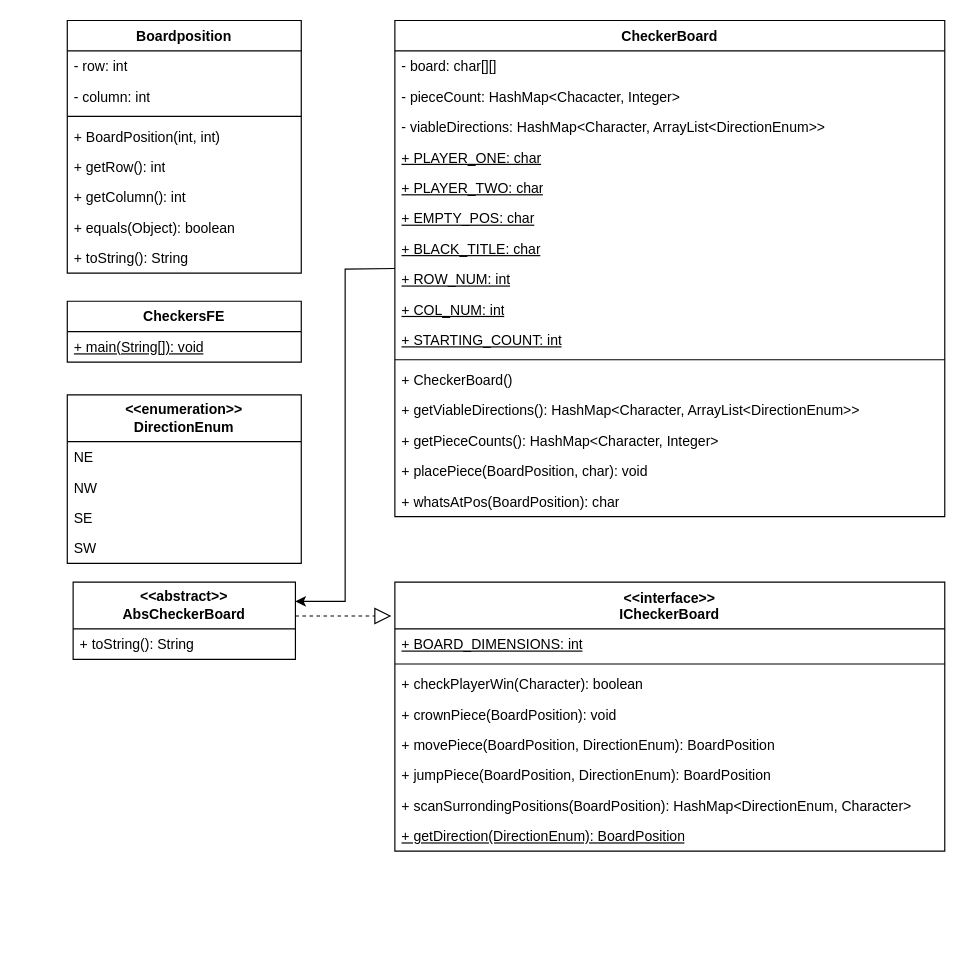
ksurisetty11/checkers-project keeps this draw.io diagram as UMLs.drawio. Above is the earlier version. Source tidied: cells renumbered, new cells numbered last; positions are measured from the earlier drawing's top-left corner, leaving out a move shared by most shapes. Both pictures are drawn from the tidied source at 117%, with x=0, y=0 at pixel (67, 20).
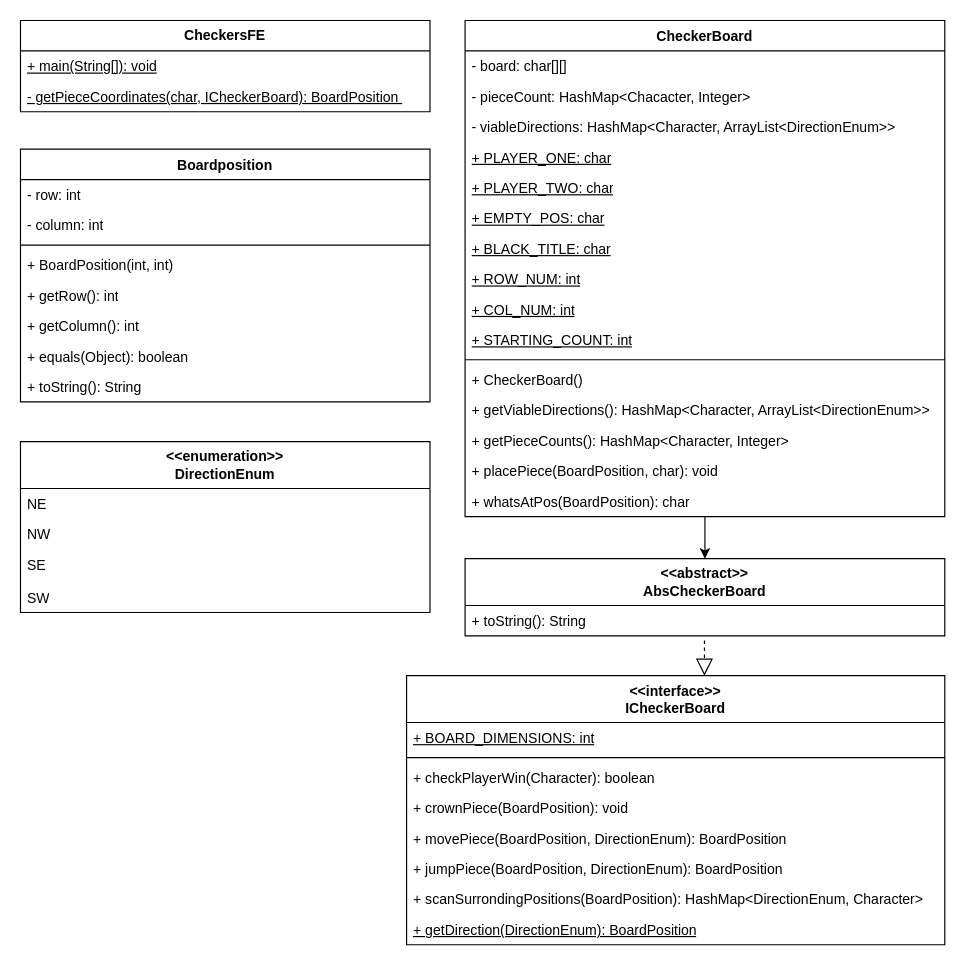
The same page after the edit.

Commit message:
added helper function to CheckersFE uml

Diff of the diagram source:
```diff
@@
     <mxCell id="2" value="Boardposition" style="swimlane;fontStyle=1;align=center;verticalAlign=top;horizontal=1;startSize=26;whiteSpace=wrap;html=1;" parent="1" vertex="1">
-      <mxGeometry width="200" height="216" as="geometry" />
+      <mxGeometry x="-40" y="110" width="350" height="216" as="geometry" />
     </mxCell>
     <mxCell id="3" value="- row: int" style="text;strokeColor=none;fillColor=none;align=left;verticalAlign=top;spacingLeft=4;spacingRight=4;overflow=hidden;whiteSpace=wrap;html=1;" parent="2" vertex="1">
-      <mxGeometry y="26" width="200" height="26" as="geometry" />
+      <mxGeometry y="26" width="350" height="26" as="geometry" />
     </mxCell>
     <mxCell id="4" value="- column: int" style="text;strokeColor=none;fillColor=none;align=left;verticalAlign=top;spacingLeft=4;spacingRight=4;overflow=hidden;whiteSpace=wrap;html=1;" parent="2" vertex="1">
-      <mxGeometry y="52" width="200" height="26" as="geometry" />
+      <mxGeometry y="52" width="350" height="26" as="geometry" />
     </mxCell>
     <mxCell id="5" style="line;strokeWidth=1;fillColor=none;align=left;verticalAlign=middle;spacingTop=-1;spacingLeft=3;spacingRight=3;labelPosition=right;strokeColor=inherit;" parent="2" vertex="1">
-      <mxGeometry y="78" width="200" height="8" as="geometry" />
+      <mxGeometry y="78" width="350" height="8" as="geometry" />
     </mxCell>
     <mxCell id="6" value="+ BoardPosition(int, int)" style="text;strokeColor=none;fillColor=none;align=left;verticalAlign=top;spacingLeft=4;spacingRight=4;overflow=hidden;whiteSpace=wrap;html=1;" parent="2" vertex="1">
-      <mxGeometry y="86" width="200" height="26" as="geometry" />
+      <mxGeometry y="86" width="350" height="26" as="geometry" />
     </mxCell>
     <mxCell id="7" value="+ getRow(): int" style="text;strokeColor=none;fillColor=none;align=left;verticalAlign=top;spacingLeft=4;spacingRight=4;overflow=hidden;whiteSpace=wrap;html=1;" parent="2" vertex="1">
-      <mxGeometry y="112" width="200" height="26" as="geometry" />
+      <mxGeometry y="112" width="350" height="26" as="geometry" />
     </mxCell>
     <mxCell id="8" value="+ getColumn(): int" style="text;strokeColor=none;fillColor=none;align=left;verticalAlign=top;spacingLeft=4;spacingRight=4;overflow=hidden;whiteSpace=wrap;html=1;" parent="2" vertex="1">
-      <mxGeometry y="138" width="200" height="26" as="geometry" />
+      <mxGeometry y="138" width="350" height="26" as="geometry" />
     </mxCell>
     <mxCell id="9" value="+ equals(Object): boolean" style="text;strokeColor=none;fillColor=none;align=left;verticalAlign=top;spacingLeft=4;spacingRight=4;overflow=hidden;whiteSpace=wrap;html=1;" parent="2" vertex="1">
-      <mxGeometry y="164" width="200" height="26" as="geometry" />
+      <mxGeometry y="164" width="350" height="26" as="geometry" />
     </mxCell>
     <mxCell id="10" value="+ toString(): String" style="text;strokeColor=none;fillColor=none;align=left;verticalAlign=top;spacingLeft=4;spacingRight=4;overflow=hidden;whiteSpace=wrap;html=1;" parent="2" vertex="1">
-      <mxGeometry y="190" width="200" height="26" as="geometry" />
+      <mxGeometry y="190" width="350" height="26" as="geometry" />
     </mxCell>
-    <mxCell id="11" style="edgeStyle=orthogonalEdgeStyle;rounded=0;jettySize=auto;html=1;entryX=1;entryY=0.25;entryDx=0;entryDy=0;" parent="1" edge="1" target="19">
-      <mxGeometry relative="1" as="geometry">
-        <mxPoint x="280" y="212" as="sourcePoint" />
-      </mxGeometry>
-    </mxCell>
     <mxCell id="12" value="&lt;b&gt;CheckersFE&lt;/b&gt;" style="swimlane;fontStyle=0;horizontal=1;startSize=26;fillColor=none;whiteSpace=wrap;html=1;" parent="1" vertex="1">
-      <mxGeometry y="240" width="200" height="52" as="geometry" />
+      <mxGeometry x="-40" width="350" height="78" as="geometry" />
     </mxCell>
     <mxCell id="13" value="&lt;u&gt;+ main(String[]): void&lt;/u&gt;" style="text;strokeColor=none;fillColor=none;align=left;verticalAlign=top;spacingLeft=4;spacingRight=4;overflow=hidden;whiteSpace=wrap;html=1;" parent="12" vertex="1">
-      <mxGeometry y="26" width="200" height="26" as="geometry" />
+      <mxGeometry y="26" width="350" height="26" as="geometry" />
     </mxCell>
+    <mxCell id="48" value="- getPieceCoordinates(char, ICheckerBoard): BoardPosition&amp;nbsp;" style="text;strokeColor=none;fillColor=none;align=left;verticalAlign=top;spacingLeft=4;spacingRight=4;overflow=hidden;whiteSpace=wrap;html=1;fontStyle=4;" parent="12" vertex="1">
+      <mxGeometry y="52" width="350" height="26" as="geometry" />
+    </mxCell>
     <mxCell id="14" value="&lt;b&gt;&amp;lt;&amp;lt;enumeration&amp;gt;&amp;gt;&lt;/b&gt;&lt;div&gt;&lt;b&gt;DirectionEnum&lt;/b&gt;&lt;/div&gt;" style="swimlane;fontStyle=0;horizontal=1;startSize=40;fillColor=none;whiteSpace=wrap;html=1;" parent="1" vertex="1">
-      <mxGeometry y="320" width="200" height="144" as="geometry" />
+      <mxGeometry x="-40" y="360" width="350" height="146" as="geometry" />
     </mxCell>
     <mxCell id="15" value="NE" style="text;strokeColor=none;fillColor=none;align=left;verticalAlign=top;spacingLeft=4;spacingRight=4;overflow=hidden;whiteSpace=wrap;html=1;" parent="14" vertex="1">
-      <mxGeometry y="40" width="200" height="26" as="geometry" />
+      <mxGeometry y="40" width="350" height="26" as="geometry" />
     </mxCell>
     <mxCell id="16" value="NW" style="text;strokeColor=none;fillColor=none;align=left;verticalAlign=top;spacingLeft=4;spacingRight=4;overflow=hidden;whiteSpace=wrap;html=1;" parent="14" vertex="1">
-      <mxGeometry y="66" width="200" height="26" as="geometry" />
+      <mxGeometry y="66" width="350" height="26" as="geometry" />
     </mxCell>
     <mxCell id="17" value="SE" style="text;strokeColor=none;fillColor=none;align=left;verticalAlign=top;spacingLeft=4;spacingRight=4;overflow=hidden;whiteSpace=wrap;html=1;" parent="14" vertex="1">
-      <mxGeometry y="92" width="200" height="26" as="geometry" />
+      <mxGeometry y="92" width="350" height="28" as="geometry" />
     </mxCell>
     <mxCell id="18" value="SW" style="text;strokeColor=none;fillColor=none;align=left;verticalAlign=top;spacingLeft=4;spacingRight=4;overflow=hidden;whiteSpace=wrap;html=1;" parent="14" vertex="1">
-      <mxGeometry y="118" width="200" height="26" as="geometry" />
+      <mxGeometry y="120" width="350" height="26" as="geometry" />
     </mxCell>
     <mxCell id="19" value="&lt;div&gt;&lt;b&gt;&amp;lt;&amp;lt;abstract&amp;gt;&amp;gt;&lt;/b&gt;&lt;/div&gt;&lt;b&gt;AbsCheckerBoard&lt;/b&gt;" style="swimlane;fontStyle=0;horizontal=1;startSize=40;fillColor=none;whiteSpace=wrap;html=1;" parent="1" vertex="1">
-      <mxGeometry x="5" y="480" width="190" height="66" as="geometry" />
+      <mxGeometry x="340" y="460" width="410" height="66" as="geometry" />
     </mxCell>
     <mxCell id="20" value="+ toString(): String" style="text;strokeColor=none;fillColor=none;align=left;verticalAlign=top;spacingLeft=4;spacingRight=4;overflow=hidden;whiteSpace=wrap;html=1;" parent="19" vertex="1">
-      <mxGeometry y="40" width="190" height="26" as="geometry" />
+      <mxGeometry y="40" width="410" height="26" as="geometry" />
     </mxCell>
-    <mxCell id="21" style="endArrow=block;dashed=1;endFill=0;endSize=12;html=1;rounded=0;entryX=-0.006;entryY=0.127;entryDx=0;entryDy=0;entryPerimeter=0;" parent="1" edge="1">
-      <mxGeometry relative="1" as="geometry">
-        <mxPoint x="195" y="509" as="sourcePoint" />
-        <mxPoint x="277" y="509" as="targetPoint" />
-      </mxGeometry>
-    </mxCell>
     <mxCell id="22" value="CheckerBoard" style="swimlane;fontStyle=1;align=center;verticalAlign=top;horizontal=1;startSize=26;whiteSpace=wrap;html=1;" parent="1" vertex="1">
-      <mxGeometry x="280" width="470" height="424" as="geometry" />
+      <mxGeometry x="340" width="410" height="424" as="geometry" />
     </mxCell>
     <mxCell id="23" value="- board: char[][]" style="text;strokeColor=none;fillColor=none;align=left;verticalAlign=top;spacingLeft=4;spacingRight=4;overflow=hidden;whiteSpace=wrap;html=1;" parent="22" vertex="1">
-      <mxGeometry y="26" width="470" height="26" as="geometry" />
+      <mxGeometry y="26" width="410" height="26" as="geometry" />
     </mxCell>
     <mxCell id="24" value="- pieceCount: HashMap&amp;lt;Chacacter, Integer&amp;gt;" style="text;strokeColor=none;fillColor=none;align=left;verticalAlign=top;spacingLeft=4;spacingRight=4;overflow=hidden;whiteSpace=wrap;html=1;" parent="22" vertex="1">
-      <mxGeometry y="52" width="470" height="26" as="geometry" />
+      <mxGeometry y="52" width="410" height="26" as="geometry" />
     </mxCell>
     <mxCell id="25" value="- viableDirections: HashMap&amp;lt;Character, ArrayList&amp;lt;DirectionEnum&amp;gt;&amp;gt;" style="text;strokeColor=none;fillColor=none;align=left;verticalAlign=top;spacingLeft=4;spacingRight=4;overflow=hidden;whiteSpace=wrap;html=1;" parent="22" vertex="1">
-      <mxGeometry y="78" width="470" height="26" as="geometry" />
+      <mxGeometry y="78" width="410" height="26" as="geometry" />
     </mxCell>
     <mxCell id="26" value="&lt;u&gt;+ PLAYER_ONE: char&lt;/u&gt;" style="text;strokeColor=none;fillColor=none;align=left;verticalAlign=top;spacingLeft=4;spacingRight=4;overflow=hidden;whiteSpace=wrap;html=1;" parent="22" vertex="1">
-      <mxGeometry y="104" width="470" height="26" as="geometry" />
+      <mxGeometry y="104" width="410" height="26" as="geometry" />
     </mxCell>
     <mxCell id="27" value="+ PLAYER_TWO: char" style="text;strokeColor=none;fillColor=none;align=left;verticalAlign=top;spacingLeft=4;spacingRight=4;overflow=hidden;whiteSpace=wrap;html=1;fontStyle=4;" parent="22" vertex="1">
-      <mxGeometry y="130" width="470" height="26" as="geometry" />
+      <mxGeometry y="130" width="410" height="26" as="geometry" />
     </mxCell>
     <mxCell id="28" value="+ EMPTY_POS: char" style="text;strokeColor=none;fillColor=none;align=left;verticalAlign=top;spacingLeft=4;spacingRight=4;overflow=hidden;whiteSpace=wrap;html=1;fontStyle=4;" parent="22" vertex="1">
-      <mxGeometry y="156" width="470" height="26" as="geometry" />
+      <mxGeometry y="156" width="410" height="26" as="geometry" />
     </mxCell>
     <mxCell id="29" value="+ BLACK_TITLE: char" style="text;strokeColor=none;fillColor=none;align=left;verticalAlign=top;spacingLeft=4;spacingRight=4;overflow=hidden;whiteSpace=wrap;html=1;fontStyle=4;" parent="22" vertex="1">
-      <mxGeometry y="182" width="470" height="26" as="geometry" />
+      <mxGeometry y="182" width="410" height="26" as="geometry" />
     </mxCell>
     <mxCell id="30" value="+ ROW_NUM: int" style="text;strokeColor=none;fillColor=none;align=left;verticalAlign=top;spacingLeft=4;spacingRight=4;overflow=hidden;whiteSpace=wrap;html=1;fontStyle=4;" parent="22" vertex="1">
-      <mxGeometry y="208" width="470" height="26" as="geometry" />
+      <mxGeometry y="208" width="410" height="26" as="geometry" />
     </mxCell>
     <mxCell id="31" value="+ COL_NUM: int" style="text;strokeColor=none;fillColor=none;align=left;verticalAlign=top;spacingLeft=4;spacingRight=4;overflow=hidden;whiteSpace=wrap;html=1;fontStyle=4;" parent="22" vertex="1">
-      <mxGeometry y="234" width="470" height="26" as="geometry" />
+      <mxGeometry y="234" width="410" height="26" as="geometry" />
     </mxCell>
     <mxCell id="32" value="+ STARTING_COUNT: int" style="text;strokeColor=none;fillColor=none;align=left;verticalAlign=top;spacingLeft=4;spacingRight=4;overflow=hidden;whiteSpace=wrap;html=1;fontStyle=4;" parent="22" vertex="1">
-      <mxGeometry y="260" width="470" height="26" as="geometry" />
+      <mxGeometry y="260" width="410" height="26" as="geometry" />
     </mxCell>
     <mxCell id="33" style="line;strokeWidth=1;fillColor=none;align=left;verticalAlign=middle;spacingTop=-1;spacingLeft=3;spacingRight=3;labelPosition=right;strokeColor=inherit;" parent="22" vertex="1">
-      <mxGeometry y="286" width="470" height="8" as="geometry" />
+      <mxGeometry y="286" width="410" height="8" as="geometry" />
     </mxCell>
     <mxCell id="34" value="+ CheckerBoard()" style="text;strokeColor=none;fillColor=none;align=left;verticalAlign=top;spacingLeft=4;spacingRight=4;overflow=hidden;whiteSpace=wrap;html=1;" parent="22" vertex="1">
-      <mxGeometry y="294" width="470" height="26" as="geometry" />
+      <mxGeometry y="294" width="410" height="26" as="geometry" />
     </mxCell>
     <mxCell id="35" value="+ getViableDirections(): HashMap&amp;lt;Character, ArrayList&amp;lt;DirectionEnum&amp;gt;&amp;gt;" style="text;strokeColor=none;fillColor=none;align=left;verticalAlign=top;spacingLeft=4;spacingRight=4;overflow=hidden;whiteSpace=wrap;html=1;" parent="22" vertex="1">
-      <mxGeometry y="320" width="470" height="26" as="geometry" />
+      <mxGeometry y="320" width="410" height="26" as="geometry" />
     </mxCell>
     <mxCell id="36" value="+ getPieceCounts(): HashMap&amp;lt;Character, Integer&amp;gt;" style="text;strokeColor=none;fillColor=none;align=left;verticalAlign=top;spacingLeft=4;spacingRight=4;overflow=hidden;whiteSpace=wrap;html=1;" parent="22" vertex="1">
-      <mxGeometry y="346" width="470" height="26" as="geometry" />
+      <mxGeometry y="346" width="410" height="26" as="geometry" />
     </mxCell>
     <mxCell id="37" value="+ placePiece(BoardPosition, char): void" style="text;strokeColor=none;fillColor=none;align=left;verticalAlign=top;spacingLeft=4;spacingRight=4;overflow=hidden;whiteSpace=wrap;html=1;" parent="22" vertex="1">
-      <mxGeometry y="372" width="470" height="26" as="geometry" />
+      <mxGeometry y="372" width="410" height="26" as="geometry" />
     </mxCell>
     <mxCell id="38" value="+ whatsAtPos(BoardPosition): char" style="text;strokeColor=none;fillColor=none;align=left;verticalAlign=top;spacingLeft=4;spacingRight=4;overflow=hidden;whiteSpace=wrap;html=1;" parent="22" vertex="1">
-      <mxGeometry y="398" width="470" height="26" as="geometry" />
+      <mxGeometry y="398" width="410" height="26" as="geometry" />
     </mxCell>
     <mxCell id="39" value="&amp;lt;&amp;lt;interface&amp;gt;&amp;gt;&lt;div&gt;ICheckerBoard&lt;/div&gt;" style="swimlane;fontStyle=1;align=center;verticalAlign=top;horizontal=1;startSize=40;whiteSpace=wrap;html=1;" parent="1" vertex="1">
-      <mxGeometry x="280" y="480" width="470" height="230" as="geometry" />
+      <mxGeometry x="290" y="560" width="460" height="230" as="geometry" />
     </mxCell>
     <mxCell id="40" value="&lt;u&gt;+ BOARD_DIMENSIONS: int&lt;/u&gt;" style="text;strokeColor=none;fillColor=none;align=left;verticalAlign=top;spacingLeft=4;spacingRight=4;overflow=hidden;whiteSpace=wrap;html=1;" parent="39" vertex="1">
-      <mxGeometry y="40" width="470" height="26" as="geometry" />
+      <mxGeometry y="40" width="460" height="26" as="geometry" />
     </mxCell>
     <mxCell id="41" style="line;strokeWidth=1;fillColor=none;align=left;verticalAlign=middle;spacingTop=-1;spacingLeft=3;spacingRight=3;labelPosition=right;strokeColor=inherit;" parent="39" vertex="1">
-      <mxGeometry y="66" width="470" height="8" as="geometry" />
+      <mxGeometry y="66" width="460" height="8" as="geometry" />
     </mxCell>
     <mxCell id="42" value="+ checkPlayerWin(Character): boolean" style="text;strokeColor=none;fillColor=none;align=left;verticalAlign=top;spacingLeft=4;spacingRight=4;overflow=hidden;whiteSpace=wrap;html=1;" parent="39" vertex="1">
-      <mxGeometry y="74" width="470" height="26" as="geometry" />
+      <mxGeometry y="74" width="460" height="26" as="geometry" />
     </mxCell>
     <mxCell id="43" value="+ crownPiece(BoardPosition): void" style="text;strokeColor=none;fillColor=none;align=left;verticalAlign=top;spacingLeft=4;spacingRight=4;overflow=hidden;whiteSpace=wrap;html=1;" parent="39" vertex="1">
-      <mxGeometry y="100" width="470" height="26" as="geometry" />
+      <mxGeometry y="100" width="460" height="26" as="geometry" />
     </mxCell>
     <mxCell id="44" value="+ movePiece(BoardPosition, DirectionEnum): BoardPosition" style="text;strokeColor=none;fillColor=none;align=left;verticalAlign=top;spacingLeft=4;spacingRight=4;overflow=hidden;whiteSpace=wrap;html=1;" parent="39" vertex="1">
-      <mxGeometry y="126" width="470" height="26" as="geometry" />
+      <mxGeometry y="126" width="460" height="26" as="geometry" />
     </mxCell>
     <mxCell id="45" value="+ jumpPiece(BoardPosition, DirectionEnum): BoardPosition" style="text;strokeColor=none;fillColor=none;align=left;verticalAlign=top;spacingLeft=4;spacingRight=4;overflow=hidden;whiteSpace=wrap;html=1;" parent="39" vertex="1">
-      <mxGeometry y="152" width="470" height="26" as="geometry" />
+      <mxGeometry y="152" width="460" height="26" as="geometry" />
     </mxCell>
     <mxCell id="46" value="+ scanSurrondingPositions(BoardPosition): HashMap&amp;lt;DirectionEnum, Character&amp;gt;" style="text;strokeColor=none;fillColor=none;align=left;verticalAlign=top;spacingLeft=4;spacingRight=4;overflow=hidden;whiteSpace=wrap;html=1;" parent="39" vertex="1">
-      <mxGeometry y="178" width="470" height="26" as="geometry" />
+      <mxGeometry y="178" width="460" height="26" as="geometry" />
     </mxCell>
     <mxCell id="47" value="&lt;u&gt;+ getDirection(DirectionEnum): BoardPosition&lt;/u&gt;" style="text;strokeColor=none;fillColor=none;align=left;verticalAlign=top;spacingLeft=4;spacingRight=4;overflow=hidden;whiteSpace=wrap;html=1;" parent="39" vertex="1">
-      <mxGeometry y="204" width="470" height="26" as="geometry" />
+      <mxGeometry y="204" width="460" height="26" as="geometry" />
     </mxCell>
+    <mxCell id="49" style="edgeStyle=orthogonalEdgeStyle;rounded=0;jettySize=auto;html=1;entryX=0.5;entryY=0;entryDx=0;entryDy=0;" parent="1" edge="1" source="22" target="19">
+      <mxGeometry relative="1" as="geometry" />
+    </mxCell>
+    <mxCell id="50" style="endArrow=block;dashed=1;endFill=0;endSize=12;html=1;rounded=0;entryX=0.5;entryY=0;entryDx=0;entryDy=0;" parent="1" edge="1">
+      <mxGeometry relative="1" as="geometry">
+        <mxPoint x="544.6" y="530" as="sourcePoint" />
+        <mxPoint x="544.6" y="560" as="targetPoint" />
+      </mxGeometry>
+    </mxCell>
```
